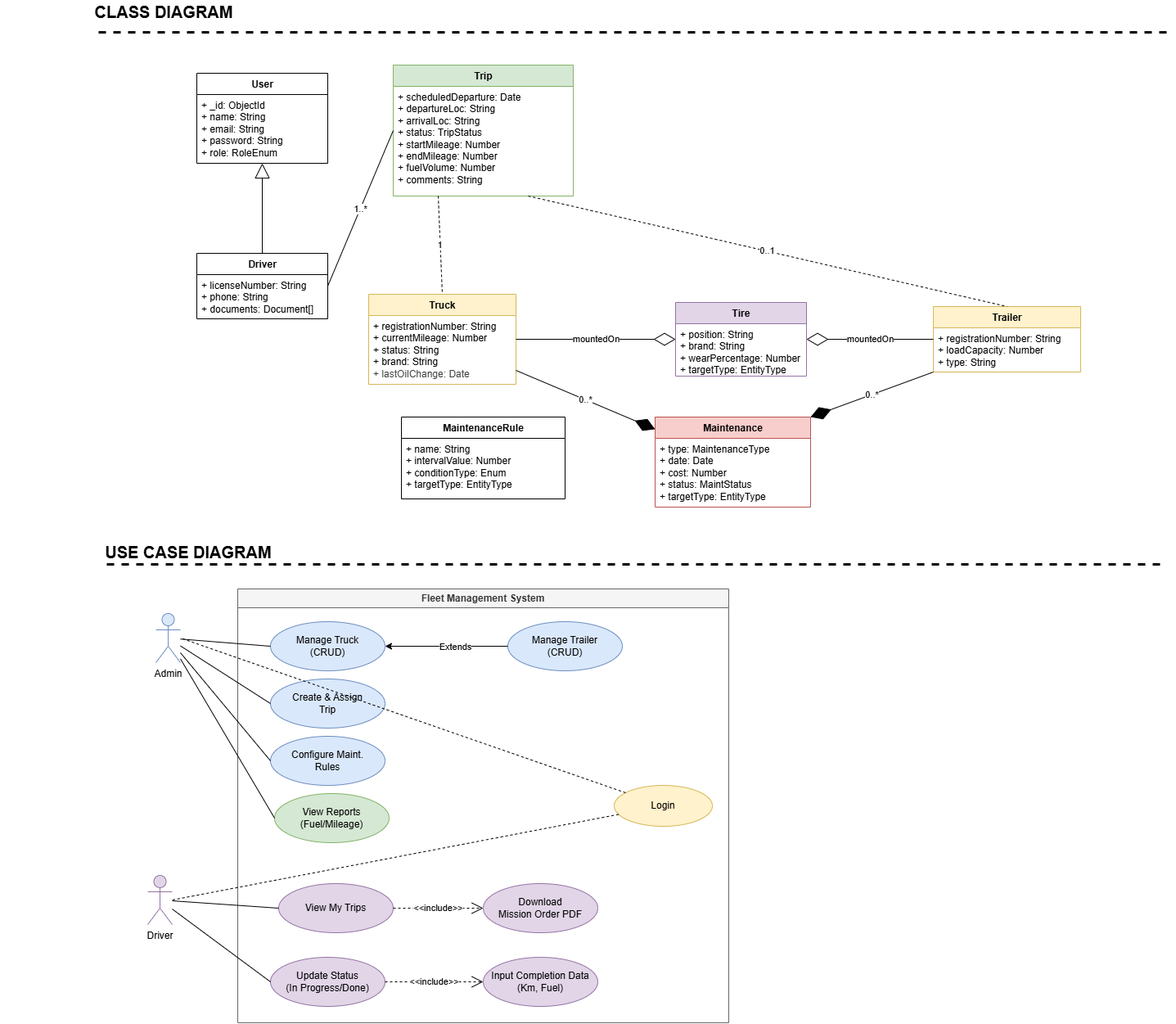
Above: OtherLivrables/conception UML/diagramsUML.drawio.png in Keltoummalouki/TruckFlow (draw.io), before the change. Source tidied: cells renumbered, new cells last; positions are measured from the earlier drawing's top-left corner, leaving out a move shared by most shapes.
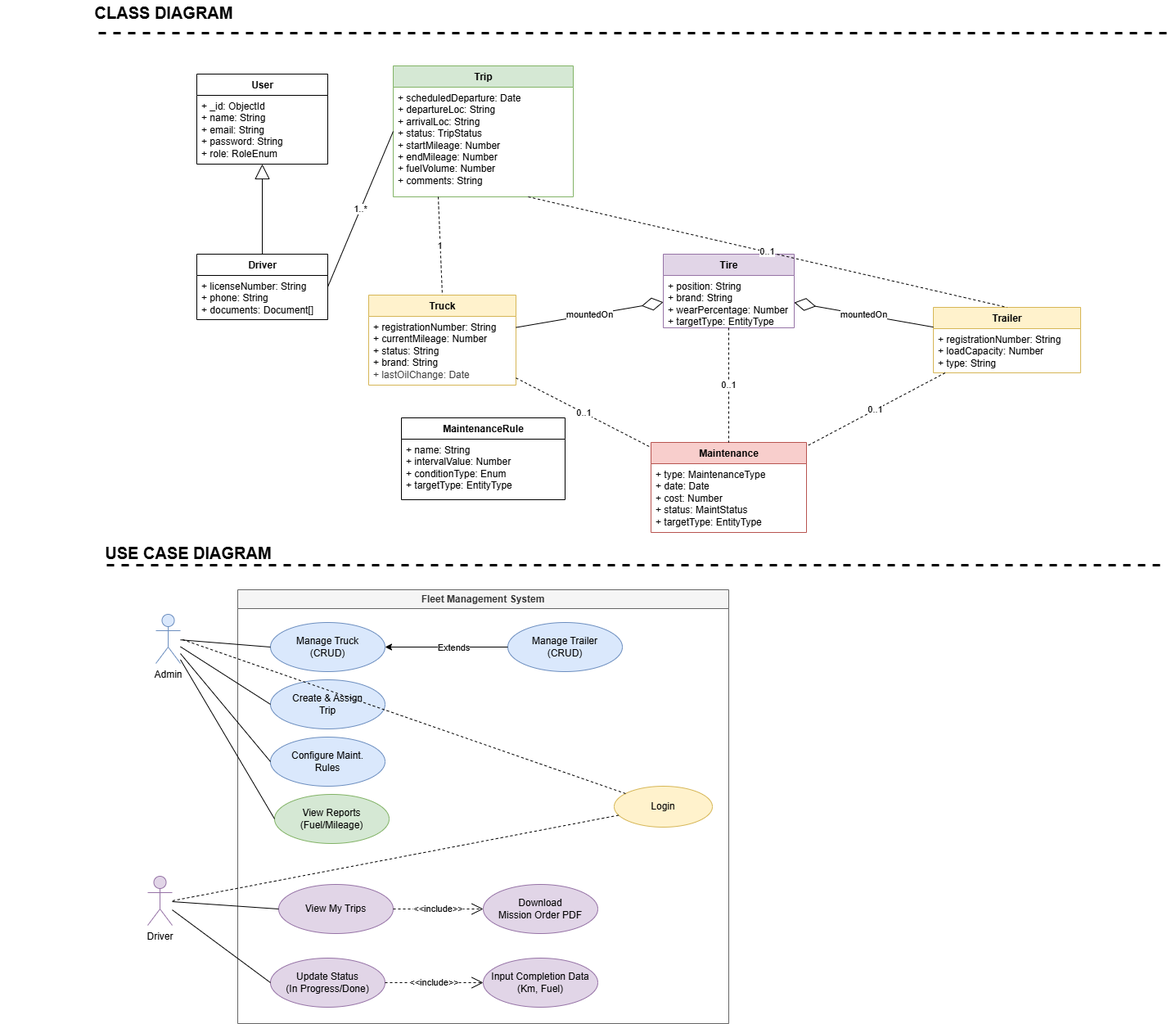
The same file after the commit.

Diff of the diagram source:
```diff
@@ -129,7 +129,7 @@
       <mxGeometry y="26" width="180" height="54" as="geometry" />
     </mxCell>
     <mxCell id="42" value="Maintenance" style="swimlane;fontStyle=1;align=center;verticalAlign=top;horizontal=1;startSize=26;html=1;fillColor=#f8cecc;strokeColor=#b85450;" parent="1" vertex="1">
-      <mxGeometry x="800" y="510" width="190" height="110" as="geometry" />
+      <mxGeometry x="795" y="540" width="190" height="110" as="geometry" />
     </mxCell>
     <mxCell id="43" value="+ type: MaintenanceType&#10;+ date: Date&#10;+ cost: Number&#10;+ status: MaintStatus&#10;+ targetType: EntityType" style="text;strokeColor=none;fillColor=none;align=left;verticalAlign=top;spacingLeft=4;spacingRight=4;overflow=hidden;whiteSpace=wrap;html=1;" parent="42" vertex="1">
       <mxGeometry y="26" width="190" height="84" as="geometry" />
@@ -141,7 +141,7 @@
       <mxGeometry y="26" width="200" height="74" as="geometry" />
     </mxCell>
     <mxCell id="46" value="Tire" style="swimlane;fontStyle=1;align=center;verticalAlign=top;horizontal=1;startSize=26;html=1;fillColor=#e1d5e7;strokeColor=#9673a6;" parent="1" vertex="1">
-      <mxGeometry x="825" y="370" width="160" height="90" as="geometry" />
+      <mxGeometry x="810" y="310" width="160" height="90" as="geometry" />
     </mxCell>
     <mxCell id="47" value="+ position: String&#10;+ brand: String&#10;+ wearPercentage: Number&#10;+ targetType: EntityType" style="text;strokeColor=none;fillColor=none;align=left;verticalAlign=top;spacingLeft=4;spacingRight=4;overflow=hidden;whiteSpace=wrap;html=1;" parent="46" vertex="1">
       <mxGeometry y="26" width="160" height="64" as="geometry" />
@@ -155,17 +155,20 @@
     <mxCell id="50" value="0..1" style="endArrow=none;html=1;rounded=0;entryX=0.5;entryY=0;entryDx=0;entryDy=0;exitX=0.75;exitY=1;exitDx=0;exitDy=0;dashed=1;" parent="1" edge="1" source="36" target="40">
       <mxGeometry relative="1" as="geometry" />
     </mxCell>
+    <mxCell id="53" value="mountedOn" style="endArrow=diamondThin;endFill=0;endSize=24;html=1;rounded=0;" parent="1" edge="1" source="38" target="46">
+      <mxGeometry relative="1" as="geometry" />
+    </mxCell>
+    <mxCell id="54" value="mountedOn" style="endArrow=diamondThin;endFill=0;endSize=24;html=1;rounded=0;" parent="1" edge="1" source="40" target="46">
+      <mxGeometry relative="1" as="geometry" />
+    </mxCell>
-    <mxCell id="51" value="0..*" style="endArrow=diamondThin;endFill=1;endSize=24;html=1;rounded=0;" parent="1" edge="1" source="38" target="42">
+    <mxCell id="51" value="0..1" style="endArrow=none;html=1;rounded=0;dashed=1;" parent="1" edge="1" source="38" target="42">
       <mxGeometry relative="1" as="geometry" />
     </mxCell>
-    <mxCell id="52" value="0..*" style="endArrow=diamondThin;endFill=1;endSize=24;html=1;rounded=0;exitX=0;exitY=1;exitDx=0;exitDy=0;entryX=1;entryY=0;entryDx=0;entryDy=0;" parent="1" edge="1" source="40" target="42">
+    <mxCell id="52" value="0..1" style="endArrow=none;html=1;rounded=0;dashed=1;" parent="1" edge="1" source="40" target="42">
       <mxGeometry relative="1" as="geometry" />
     </mxCell>
-    <mxCell id="53" value="mountedOn" style="endArrow=diamondThin;endFill=0;endSize=24;html=1;rounded=0;" parent="1" edge="1" source="38" target="46">
-      <mxGeometry relative="1" as="geometry" />
-    </mxCell>
-    <mxCell id="54" value="mountedOn" style="endArrow=diamondThin;endFill=0;endSize=24;html=1;rounded=0;" parent="1" edge="1" source="40" target="46">
-      <mxGeometry relative="1" as="geometry" />
-    </mxCell>
+    <mxCell id="55" value="0..1" style="endArrow=none;html=1;rounded=0;dashed=1;entryX=0.5;entryY=0;entryDx=0;entryDy=0;" parent="1" edge="1" source="46" target="42">
+      <mxGeometry relative="1" as="geometry" />
+    </mxCell>
   </root>
 </mxGraphModel>
```
